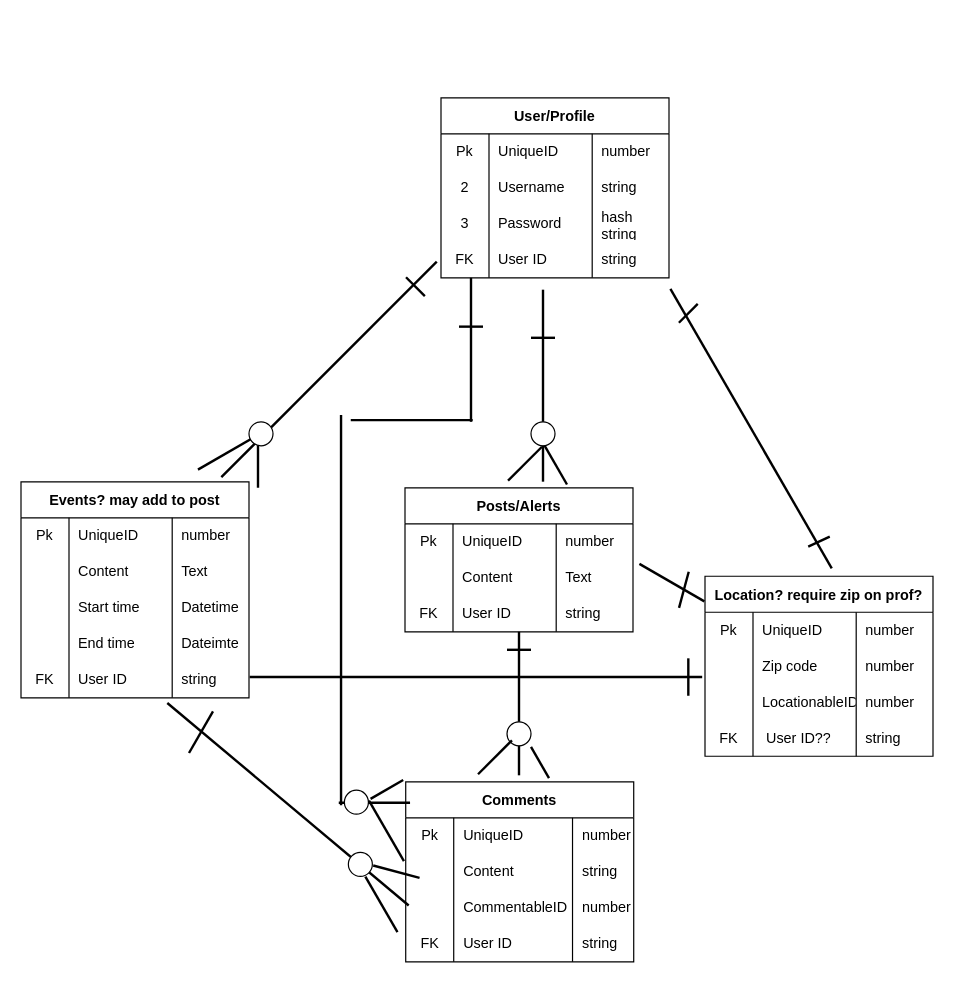
Before: erd.drawio in mik3ymikes/erd_project, a draw.io diagram. Source tidied: cells renumbered, new cells numbered last; positions are measured from the earlier drawing's top-left corner, leaving out a move shared by most shapes. Both pictures are drawn from the tidied source at 120%, with x=0, y=0 at pixel (20, 97).
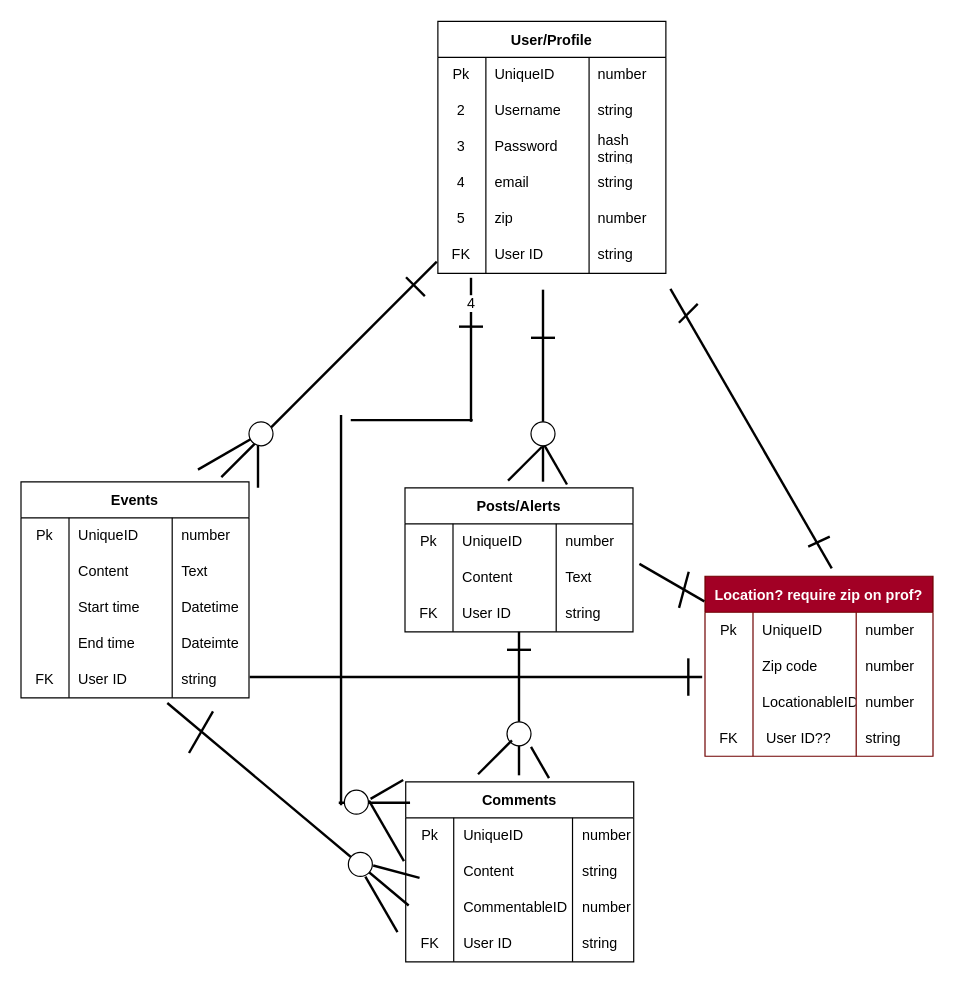
The same page after the edit.

Change to the diagram source:
```diff
@@
     <mxCell id="2" value="User/Profile" style="shape=table;startSize=30;childLayout=tableLayout;rowLines=0;fontStyle=1;" parent="1" vertex="1">
-      <mxGeometry x="350" width="190" height="150" as="geometry" />
+      <mxGeometry x="347.4" y="-63.7" width="190" height="210" as="geometry" />
     </mxCell>
@@
+    <mxCell id="122" style="shape=tableRow;horizontal=0;startSize=0;swimlaneHead=0;swimlaneBody=0;top=0;left=0;bottom=0;right=0;fillColor=none;" parent="2" vertex="1">
+      <mxGeometry y="120" width="190" height="30" as="geometry" />
+    </mxCell>
+    <mxCell id="123" value="4" style="shape=partialRectangle;html=1;whiteSpace=wrap;fillColor=none;top=0;left=0;bottom=0;right=0;overflow=hidden;" parent="122" vertex="1">
+      <mxGeometry width="40" height="30" as="geometry" />
+    </mxCell>
+    <mxCell id="124" value="email&amp;nbsp;" style="shape=partialRectangle;html=1;whiteSpace=wrap;fillColor=none;top=0;left=0;bottom=0;right=0;align=left;spacingLeft=6;overflow=hidden;" parent="122" vertex="1">
+      <mxGeometry x="40" width="86" height="30" as="geometry" />
+    </mxCell>
+    <mxCell id="125" value="string" style="shape=partialRectangle;html=1;whiteSpace=wrap;fillColor=none;top=0;left=0;bottom=0;right=0;align=left;spacingLeft=6;overflow=hidden;" parent="122" vertex="1">
+      <mxGeometry x="126" width="64" height="30" as="geometry" />
+    </mxCell>
+    <mxCell id="126" style="shape=tableRow;horizontal=0;startSize=0;swimlaneHead=0;swimlaneBody=0;top=0;left=0;bottom=0;right=0;fillColor=none;" parent="2" vertex="1">
+      <mxGeometry y="150" width="190" height="30" as="geometry" />
+    </mxCell>
+    <mxCell id="127" value="5" style="shape=partialRectangle;html=1;whiteSpace=wrap;fillColor=none;top=0;left=0;bottom=0;right=0;overflow=hidden;" parent="126" vertex="1">
+      <mxGeometry width="40" height="30" as="geometry" />
+    </mxCell>
+    <mxCell id="128" value="zip" style="shape=partialRectangle;html=1;whiteSpace=wrap;fillColor=none;top=0;left=0;bottom=0;right=0;align=left;spacingLeft=6;overflow=hidden;" parent="126" vertex="1">
+      <mxGeometry x="40" width="86" height="30" as="geometry" />
+    </mxCell>
+    <mxCell id="129" value="number" style="shape=partialRectangle;html=1;whiteSpace=wrap;fillColor=none;top=0;left=0;bottom=0;right=0;align=left;spacingLeft=6;overflow=hidden;" parent="126" vertex="1">
+      <mxGeometry x="126" width="64" height="30" as="geometry" />
+    </mxCell>
     <mxCell id="15" style="shape=tableRow;horizontal=0;startSize=0;swimlaneHead=0;swimlaneBody=0;top=0;left=0;bottom=0;right=0;fillColor=none;" parent="2" vertex="1">
-      <mxGeometry y="120" width="190" height="30" as="geometry" />
+      <mxGeometry y="180" width="190" height="30" as="geometry" />
     </mxCell>
@@
-    <mxCell id="32" value="Events? may add to post" style="shape=table;startSize=30;childLayout=tableLayout;rowLines=0;fontStyle=1;" parent="1" vertex="1">
+    <mxCell id="32" value="Events" style="shape=table;startSize=30;childLayout=tableLayout;rowLines=0;fontStyle=1;" parent="1" vertex="1">
       <mxGeometry y="320" width="190" height="180" as="geometry" />
     </mxCell>
@@
-    <mxCell id="54" value="Location? require zip on prof?" style="shape=table;startSize=30;childLayout=tableLayout;rowLines=0;fontStyle=1;" parent="1" vertex="1">
+    <mxCell id="54" value="Location? require zip on prof?" style="shape=table;startSize=30;childLayout=tableLayout;rowLines=0;fontStyle=1;fillColor=#a20025;fontColor=#ffffff;strokeColor=#6F0000;" parent="1" vertex="1">
       <mxGeometry x="570" y="398.7" width="190" height="150" as="geometry" />
     </mxCell>
@@
-    <mxCell id="100" style="line;strokeWidth=2;direction=south;html=1;rotation=0;" parent="1" vertex="1">
+    <mxCell id="100" value="4" style="line;strokeWidth=2;direction=south;html=1;rotation=0;" parent="1" vertex="1">
       <mxGeometry x="370" y="150" width="10" height="120" as="geometry" />
     </mxCell>
```
